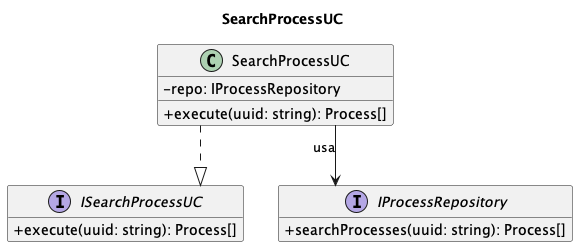
Above: out/3_PB/DocumentiEsterni/DiagrammiSpecificaTecnica/C4/C4_backend_Search/C4_backend_Search-2.png in 7-ZPUs/Docs (PlantUML), before the change.
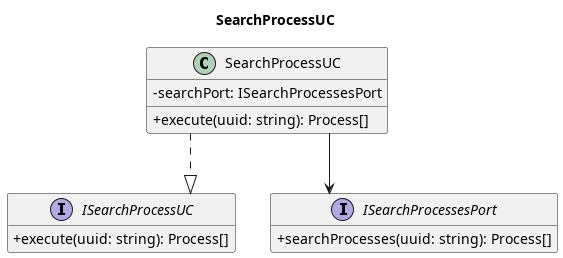
After the commit.

What changed in the source:
```diff
@@ -9,14 +9,14 @@
     + execute(uuid: string): Process[]
 }
 class SearchProcessUC {
-    - repo: IProcessRepository
-    + execute(uuid: string): Process[]
+     - searchPort: ISearchProcessesPort
+     + execute(uuid: string): Process[]
 }
-interface IProcessRepository {
+interface ISearchProcessesPort {
     + searchProcesses(uuid: string): Process[]
 }
 
 SearchProcessUC ..|> ISearchProcessUC
-SearchProcessUC --> IProcessRepository : usa
+SearchProcessUC --> ISearchProcessesPort
 
 @enduml
```
